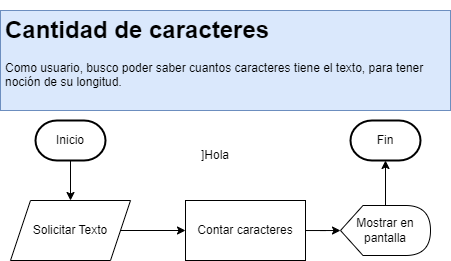
Above: webtools/CantidadDeCaracteres.png in Alfacoy/Diagramas (draw.io), before the change. Source tidied: cells renumbered, new cells last; positions are measured from the earlier drawing's top-left corner, leaving out a move shared by most shapes.
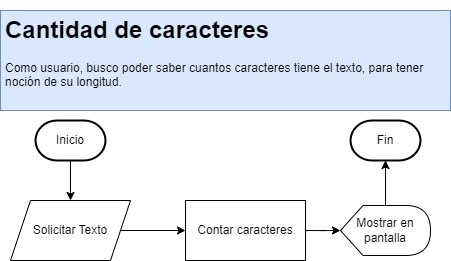
Later version of the same file.

What changed in the source:
```diff
@@ -34,8 +34,5 @@
     <mxCell id="11" value="Fin" style="strokeWidth=2;html=1;shape=mxgraph.flowchart.terminator;whiteSpace=wrap;rounded=0;fillColor=default;" parent="1" vertex="1">
       <mxGeometry x="350" y="110" width="70" height="40" as="geometry" />
     </mxCell>
-    <mxCell id="12" value="]Hola" style="text;html=1;strokeColor=none;fillColor=none;align=center;verticalAlign=middle;whiteSpace=wrap;rounded=0;" parent="1" vertex="1">
-      <mxGeometry x="185" y="130" width="60" height="30" as="geometry" />
-    </mxCell>
   </root>
 </mxGraphModel>
```
